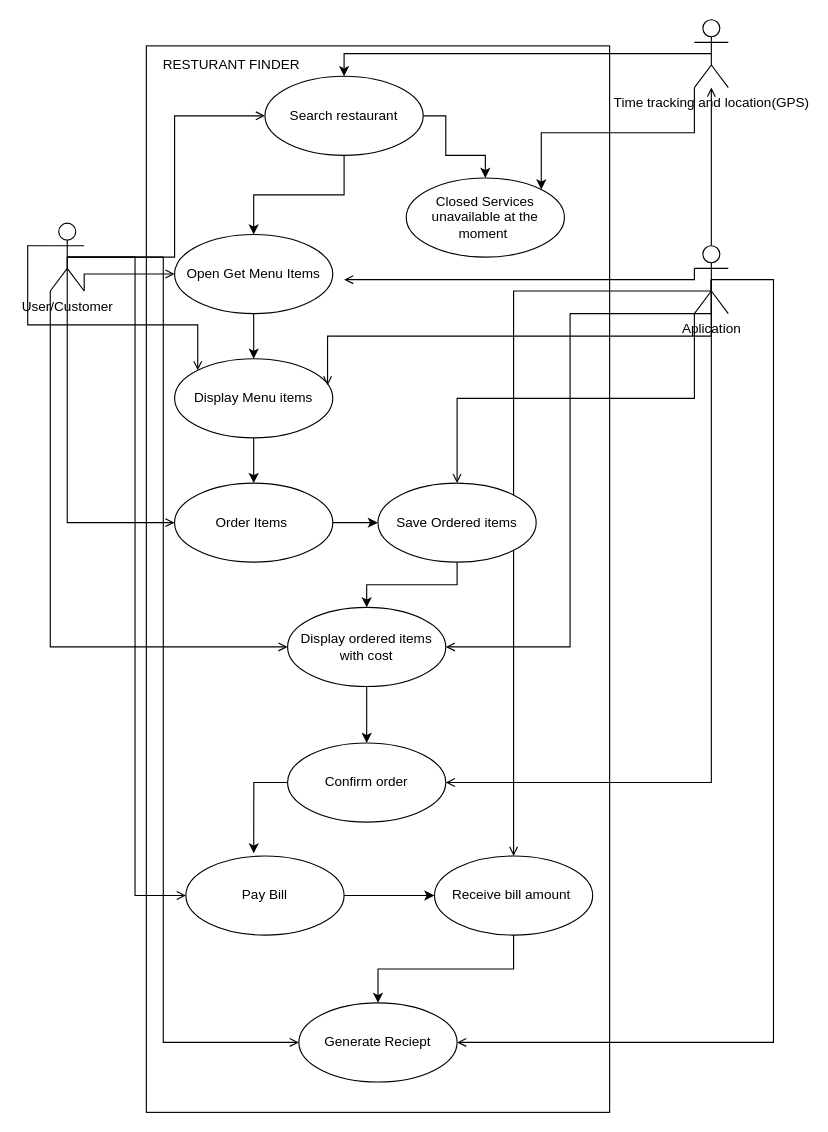
Before: usecase_resturatfinder.drawio in AArunKkumar/uml, a draw.io diagram. Source tidied: cells renumbered, new cells numbered last; positions are measured from the earlier drawing's top-left corner, leaving out a move shared by most shapes. Both pictures are drawn from the tidied source at 113%, with x=0, y=0 at pixel (-156, 19).
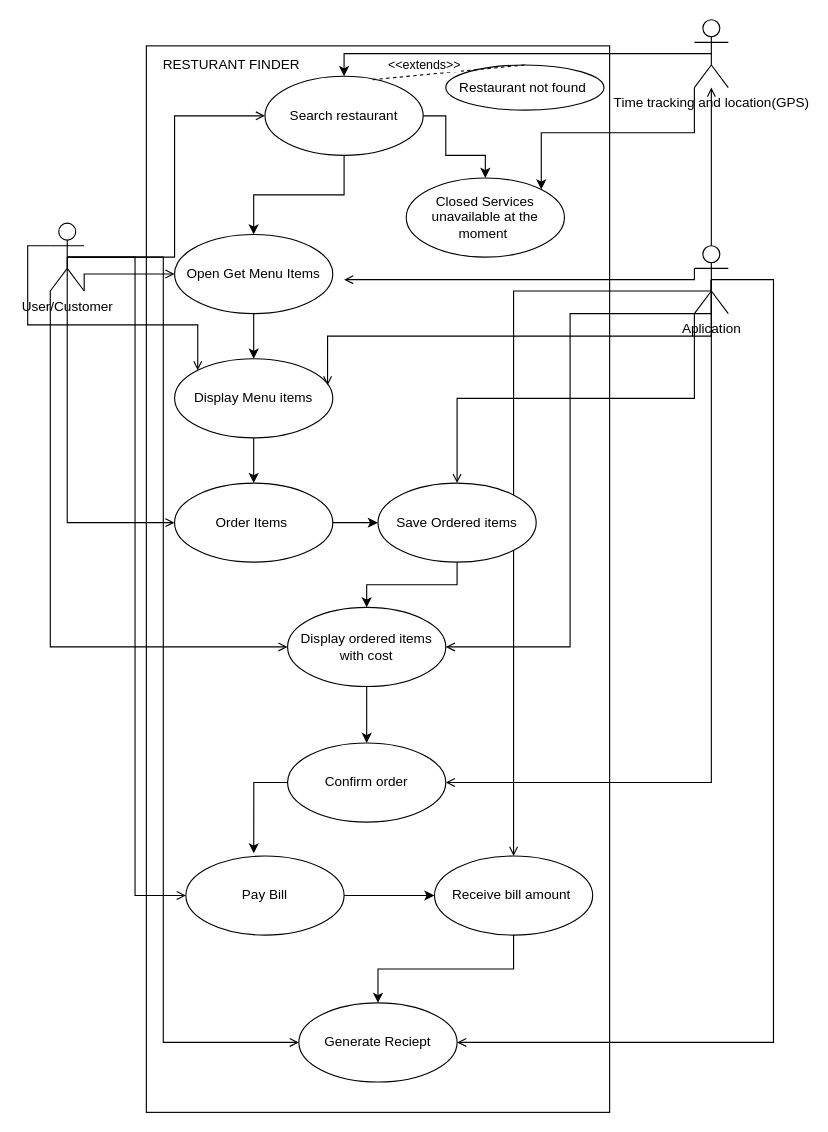
The same diagram, later.

Commit message:
extended included

The change refers to these unchanged cells:
```xml
<mxCell id="13" value="Search restaurant" style="ellipse;whiteSpace=wrap;html=1;" parent="1" vertex="1">
  <mxGeometry x="372" y="50" width="140" height="70" as="geometry" />
</mxCell>
```

Change to the diagram source:
```diff
@@
+    <mxCell id="45" value="Restaurant not found&amp;nbsp;" style="ellipse;whiteSpace=wrap;html=1;" parent="1" vertex="1">
+      <mxGeometry x="532" y="40" width="140" height="40" as="geometry" />
+    </mxCell>
+    <mxCell id="46" style="endArrow=none;dashed=1;html=1;rounded=0;entryX=0.5;entryY=0;entryDx=0;entryDy=0;exitX=0.681;exitY=0.043;exitDx=0;exitDy=0;exitPerimeter=0;" parent="1" edge="1" source="13" target="45">
+      <mxGeometry relative="1" as="geometry" />
+    </mxCell>
+    <mxCell id="47" value="&amp;lt;&amp;lt;extends&amp;gt;&amp;gt;" style="edgeLabel;html=1;align=center;verticalAlign=middle;" parent="46" vertex="1">
+      <mxGeometry x="-0.32" y="-1" relative="1" as="geometry">
+        <mxPoint x="-1" y="-10" as="offset" />
+      </mxGeometry>
+    </mxCell>
```
